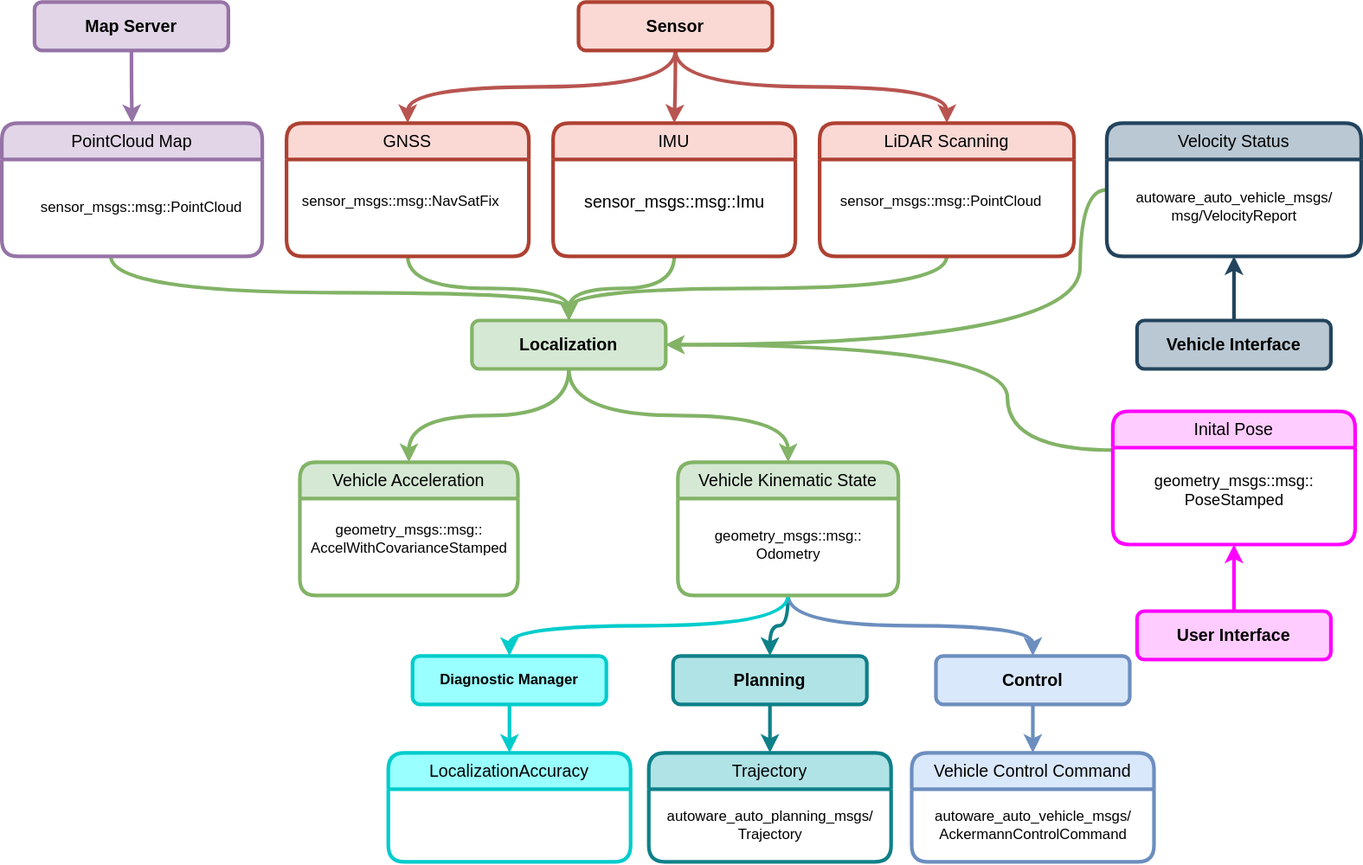
Earlier version of the draw.io export docs/design/autoware-interfaces/components/images/Localization-Bus-ODD-Architecture.drawio.svg (autowarefoundation/autoware-documentation). Source tidied: cells renumbered, new cells last; positions are measured from the earlier drawing's top-left corner, leaving out a move shared by most shapes.
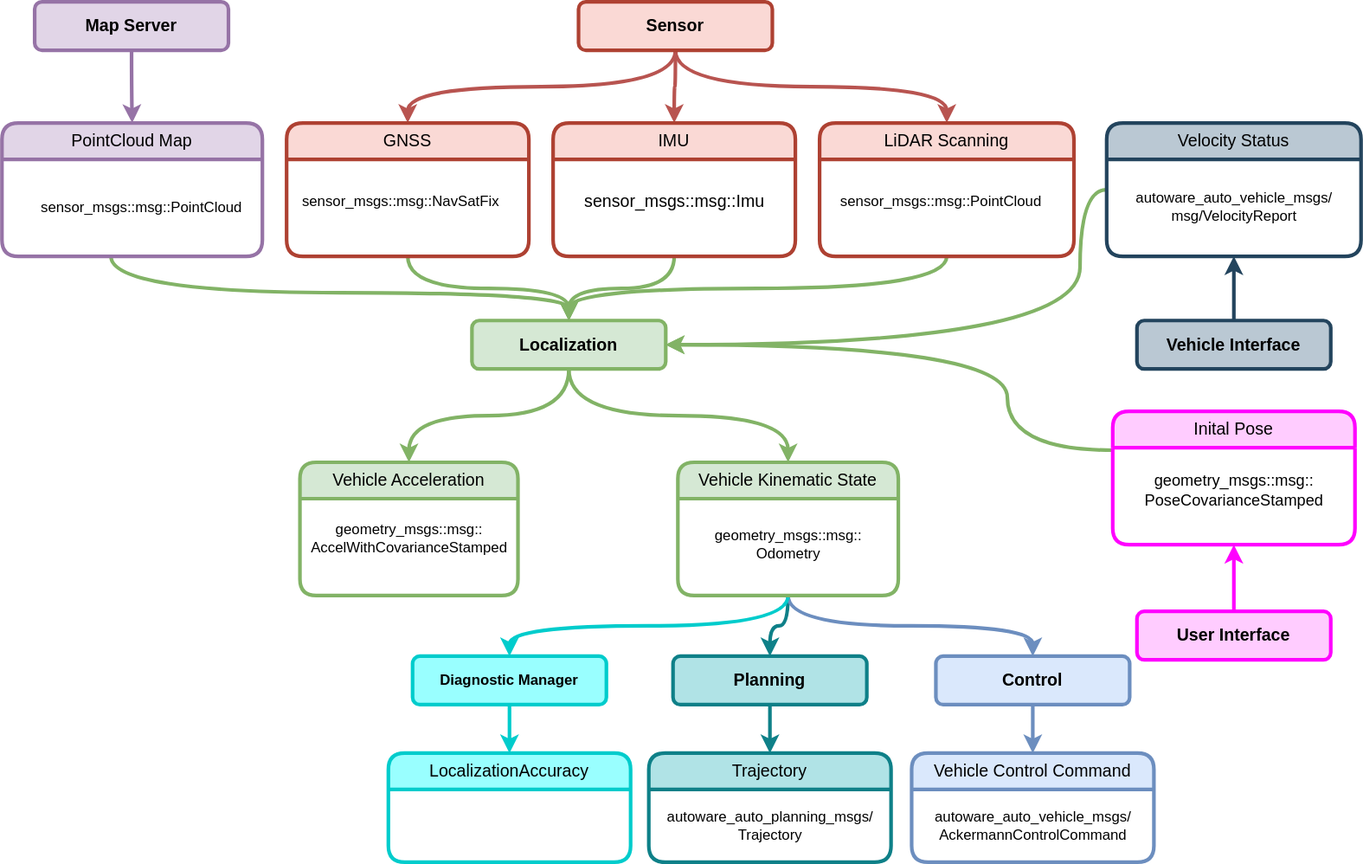
The same file after the commit.

Commit message:
docs(design/autoware-interfaces): add localization interface

What changed in the source:
```diff
@@ -14,8 +14,8 @@
     <mxCell id="3" value="Inital Pose" style="swimlane;whiteSpace=wrap;html=1;rounded=1;fillColor=#FFCCFF;strokeColor=#ff00ff;strokeWidth=3;startSize=30;fontStyle=0;fontSize=14;" parent="1" vertex="1">
       <mxGeometry x="917" y="338" width="200" height="110" as="geometry" />
     </mxCell>
-    <mxCell id="4" value="&lt;div style=&quot;font-size: 13px;&quot;&gt;&lt;font style=&quot;font-size: 13px;&quot;&gt;geometry_msgs::msg::&lt;/font&gt;&lt;/div&gt;&lt;div style=&quot;font-size: 13px;&quot;&gt;&lt;font style=&quot;font-size: 13px;&quot;&gt;PoseStamped&lt;/font&gt;&lt;/div&gt;" style="text;html=1;align=center;verticalAlign=middle;strokeColor=none;fillColor=none;" parent="3" vertex="1">
-      <mxGeometry x="25" y="45" width="150" height="40" as="geometry" />
+    <mxCell id="4" value="&lt;div style=&quot;font-size: 13px;&quot;&gt;&lt;font style=&quot;font-size: 13px;&quot;&gt;geometry_msgs::msg::&lt;/font&gt;&lt;/div&gt;&lt;div style=&quot;font-size: 13px;&quot;&gt;&lt;font style=&quot;font-size: 13px;&quot;&gt;PoseCovarianceStamped&lt;/font&gt;&lt;/div&gt;" style="text;html=1;align=center;verticalAlign=middle;strokeColor=none;fillColor=none;" parent="3" vertex="1">
+      <mxGeometry x="15" y="45" width="170" height="40" as="geometry" />
     </mxCell>
     <mxCell id="5" style="edgeStyle=orthogonalEdgeStyle;curved=1;rounded=1;jettySize=auto;html=1;strokeWidth=3;exitX=0.5;exitY=1;exitDx=0;exitDy=0;fillColor=#d5e8d4;strokeColor=#82b366;" parent="1" edge="1" source="7" target="42">
       <mxGeometry relative="1" as="geometry" />
```
